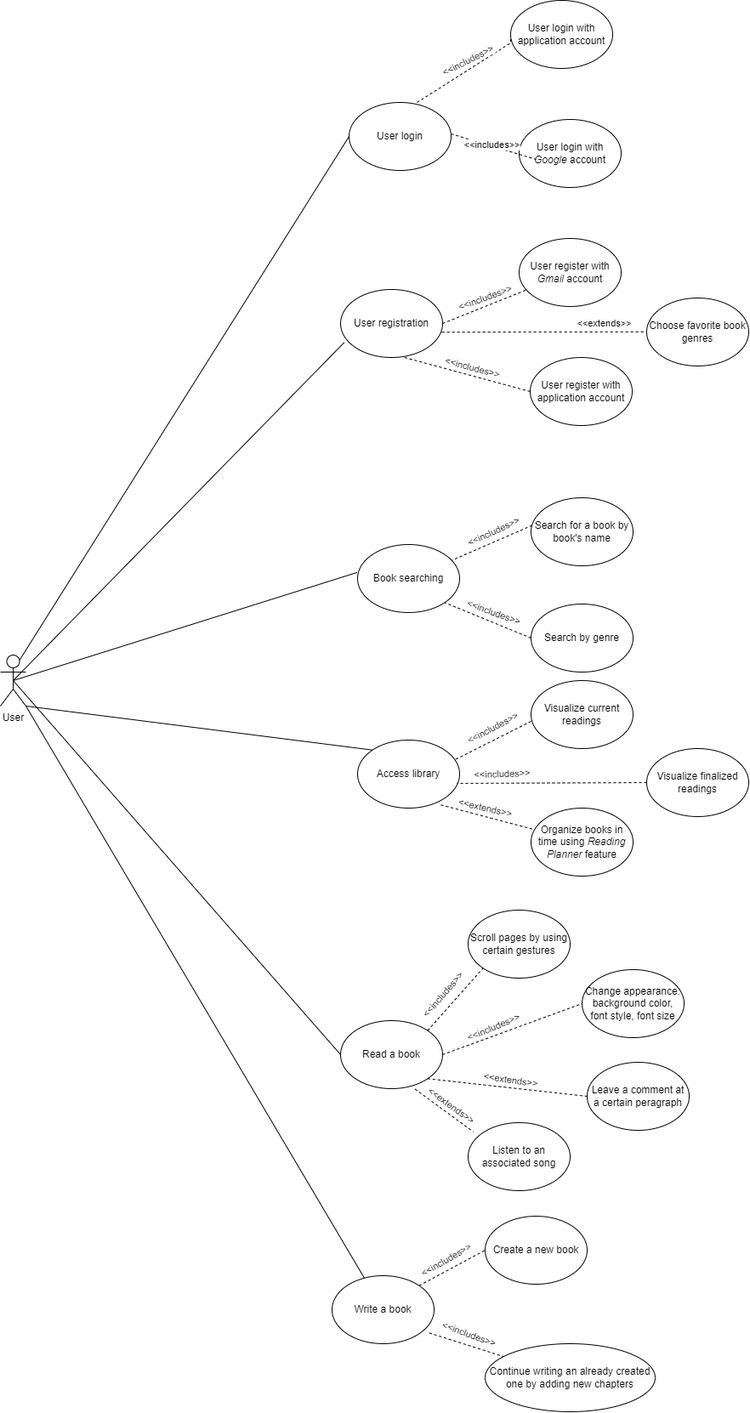
Above: wireframe/licenta_usecase_diagram.drawio (2).png in Bianca517/reading-app (draw.io), before the change. Source tidied: cells renumbered, new cells last; positions are measured from the earlier drawing's top-left corner, leaving out a move shared by most shapes.
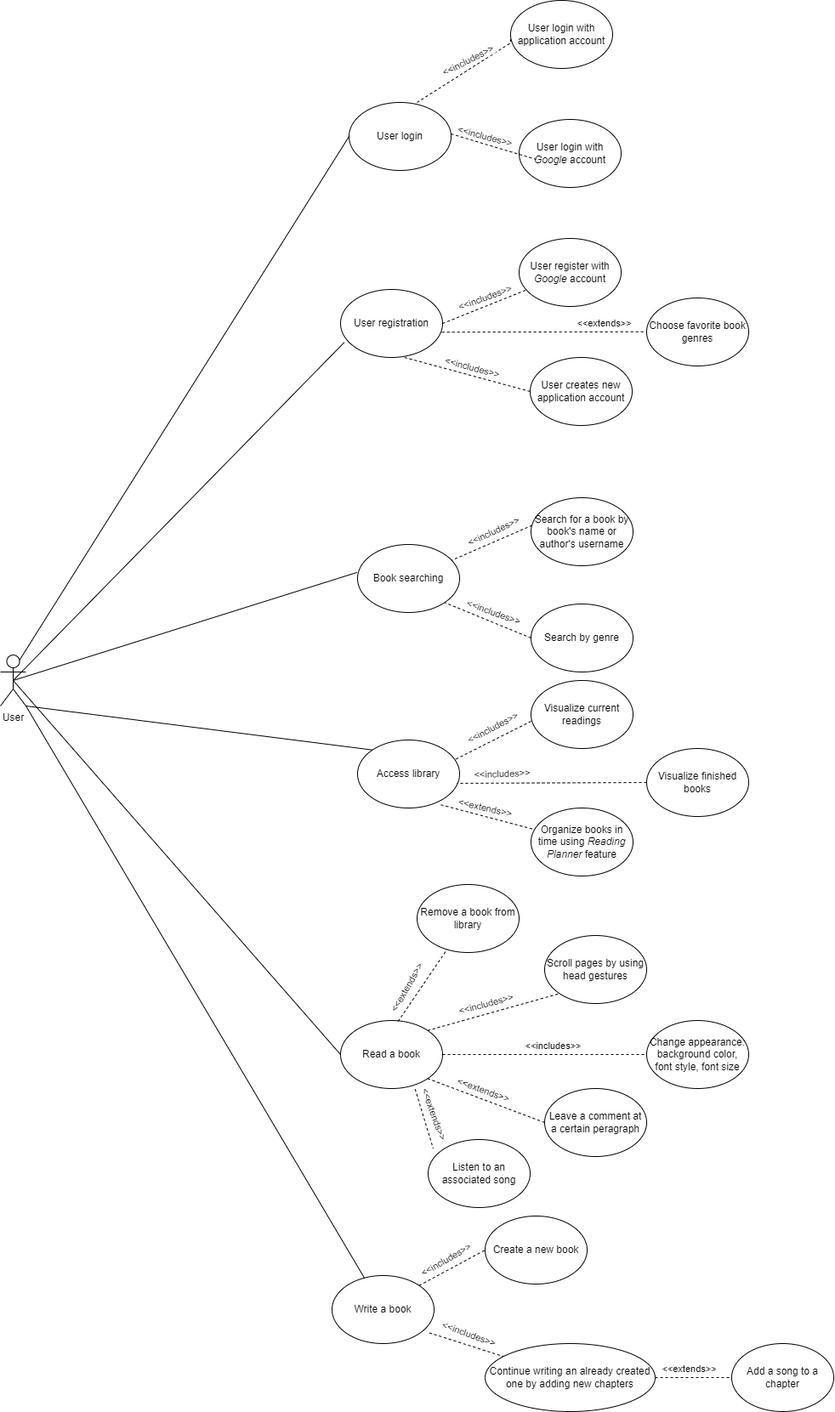
After the commit.

Commit message:
modified use case and class diagram to reflect latest changes

What changed in the source:
```diff
@@ -19,15 +19,15 @@
         <mxPoint x="530" y="157" as="sourcePoint" />
       </mxGeometry>
     </mxCell>
-    <mxCell id="7" value="&amp;lt;&amp;lt;includes&amp;gt;&amp;gt;" style="edgeLabel;html=1;align=center;verticalAlign=middle;rotation=0;" parent="6" vertex="1">
+    <mxCell id="7" value="&amp;lt;&amp;lt;includes&amp;gt;&amp;gt;" style="edgeLabel;html=1;align=center;verticalAlign=middle;rotation=15;" parent="6" vertex="1">
       <mxGeometry x="0.32" y="-1" relative="1" as="geometry">
-        <mxPoint x="-18" y="-8" as="offset" />
+        <mxPoint x="-26" y="-18" as="offset" />
       </mxGeometry>
     </mxCell>
     <mxCell id="8" style="endArrow=none;html=1;rounded=0;exitX=0.75;exitY=0.1;exitDx=0;exitDy=0;exitPerimeter=0;entryX=0;entryY=0.5;entryDx=0;entryDy=0;" parent="1" edge="1" source="2" target="3">
       <mxGeometry relative="1" as="geometry" />
     </mxCell>
-    <mxCell id="9" value="User register&amp;nbsp;with &lt;i&gt;Gmail&lt;/i&gt;&amp;nbsp;account" style="ellipse;whiteSpace=wrap;html=1;" parent="1" vertex="1">
+    <mxCell id="9" value="User register&amp;nbsp;with &lt;i&gt;Google&amp;nbsp;&lt;/i&gt;account" style="ellipse;whiteSpace=wrap;html=1;" parent="1" vertex="1">
       <mxGeometry x="610" y="280" width="120" height="80" as="geometry" />
     </mxCell>
     <mxCell id="10" value="&amp;lt;&amp;lt;includes&amp;gt;&amp;gt;" style="edgeLabel;html=1;align=center;verticalAlign=middle;rotation=-20;" parent="1" vertex="1">
@@ -52,7 +52,7 @@
         <mxPoint x="-19" as="offset" />
       </mxGeometry>
     </mxCell>
-    <mxCell id="15" value="User register&amp;nbsp;with application&amp;nbsp;account" style="ellipse;whiteSpace=wrap;html=1;" parent="1" vertex="1">
+    <mxCell id="15" value="User creates new application&amp;nbsp;account" style="ellipse;whiteSpace=wrap;html=1;" parent="1" vertex="1">
       <mxGeometry x="623" y="420" width="120" height="80" as="geometry" />
     </mxCell>
     <mxCell id="16" style="endArrow=none;dashed=1;html=1;rounded=0;exitX=0;exitY=0.5;exitDx=0;exitDy=0;" parent="1" edge="1" source="15">
@@ -68,7 +68,7 @@
     <mxCell id="18" value="Book searching" style="ellipse;whiteSpace=wrap;html=1;" parent="1" vertex="1">
       <mxGeometry x="420" y="640" width="120" height="80" as="geometry" />
     </mxCell>
-    <mxCell id="19" value="Search for a book by book's name" style="ellipse;whiteSpace=wrap;html=1;" parent="1" vertex="1">
+    <mxCell id="19" value="Search for a book by book's name or author's username" style="ellipse;whiteSpace=wrap;html=1;" parent="1" vertex="1">
       <mxGeometry x="624" y="585" width="120" height="80" as="geometry" />
     </mxCell>
     <mxCell id="20" value="Search by genre" style="ellipse;whiteSpace=wrap;html=1;" parent="1" vertex="1">
@@ -80,7 +80,7 @@
     <mxCell id="22" value="Visualize current readings" style="ellipse;whiteSpace=wrap;html=1;" parent="1" vertex="1">
       <mxGeometry x="624" y="800" width="120" height="80" as="geometry" />
     </mxCell>
-    <mxCell id="23" value="Visualize finalized readings" style="ellipse;whiteSpace=wrap;html=1;" parent="1" vertex="1">
+    <mxCell id="23" value="Visualize finished books" style="ellipse;whiteSpace=wrap;html=1;" parent="1" vertex="1">
       <mxGeometry x="760" y="880" width="120" height="80" as="geometry" />
     </mxCell>
     <mxCell id="24" value="&amp;lt;&amp;lt;includes&amp;gt;&amp;gt;" style="edgeLabel;html=1;align=center;verticalAlign=middle;rotation=20;" parent="1" vertex="1">
@@ -121,20 +121,20 @@
     <mxCell id="35" value="Read a book" style="ellipse;whiteSpace=wrap;html=1;" parent="1" vertex="1">
       <mxGeometry x="400" y="1200" width="120" height="80" as="geometry" />
     </mxCell>
-    <mxCell id="36" value="Scroll pages by using certain gestures" style="ellipse;whiteSpace=wrap;html=1;" parent="1" vertex="1">
-      <mxGeometry x="550" y="1070" width="120" height="80" as="geometry" />
+    <mxCell id="36" value="Scroll pages by using head gestures" style="ellipse;whiteSpace=wrap;html=1;" parent="1" vertex="1">
+      <mxGeometry x="640" y="1100" width="120" height="80" as="geometry" />
     </mxCell>
     <mxCell id="37" value="Change appearance: background color, font style, font size" style="ellipse;whiteSpace=wrap;html=1;" parent="1" vertex="1">
-      <mxGeometry x="684" y="1140" width="120" height="80" as="geometry" />
+      <mxGeometry x="760" y="1200" width="120" height="80" as="geometry" />
     </mxCell>
     <mxCell id="38" value="Choose favorite book genres" style="ellipse;whiteSpace=wrap;html=1;" parent="1" vertex="1">
       <mxGeometry x="760" y="350" width="120" height="80" as="geometry" />
     </mxCell>
     <mxCell id="39" value="Listen to an associated song" style="ellipse;whiteSpace=wrap;html=1;" parent="1" vertex="1">
-      <mxGeometry x="550" y="1320" width="120" height="80" as="geometry" />
+      <mxGeometry x="503" y="1340" width="120" height="80" as="geometry" />
     </mxCell>
     <mxCell id="40" value="Leave a comment at a certain peragraph" style="ellipse;whiteSpace=wrap;html=1;" parent="1" vertex="1">
-      <mxGeometry x="690" y="1249" width="120" height="80" as="geometry" />
+      <mxGeometry x="640" y="1280" width="120" height="80" as="geometry" />
     </mxCell>
     <mxCell id="41" value="Write a book" style="ellipse;whiteSpace=wrap;html=1;" parent="1" vertex="1">
       <mxGeometry x="390" y="1500" width="120" height="80" as="geometry" />
@@ -157,9 +157,9 @@
     <mxCell id="47" style="endArrow=none;dashed=1;html=1;rounded=0;exitX=0.731;exitY=1.008;exitDx=0;exitDy=0;exitPerimeter=0;entryX=0.05;entryY=0.133;entryDx=0;entryDy=0;entryPerimeter=0;" parent="1" edge="1" source="35" target="39">
       <mxGeometry relative="1" as="geometry" />
     </mxCell>
-    <mxCell id="48" value="&amp;lt;&amp;lt;includes&amp;gt;&amp;gt;" style="edgeLabel;html=1;align=center;verticalAlign=middle;rotation=311;" parent="47" vertex="1">
+    <mxCell id="48" value="&amp;lt;&amp;lt;includes&amp;gt;&amp;gt;" style="edgeLabel;html=1;align=center;verticalAlign=middle;rotation=-15;" parent="47" vertex="1">
       <mxGeometry x="0.21" y="2" relative="1" as="geometry">
-        <mxPoint x="-10" y="-139" as="offset" />
+        <mxPoint x="68" y="-142" as="offset" />
       </mxGeometry>
     </mxCell>
     <mxCell id="49" style="endArrow=none;dashed=1;html=1;rounded=0;exitX=1;exitY=0;exitDx=0;exitDy=0;entryX=0;entryY=0.5;entryDx=0;entryDy=0;" parent="1" edge="1" source="41" target="42">
@@ -188,14 +188,16 @@
         <mxPoint x="2.4" y="3.2" as="offset" />
       </mxGeometry>
     </mxCell>
-    <mxCell id="57" value="&amp;lt;&amp;lt;includes&amp;gt;&amp;gt;" style="edgeLabel;html=1;align=center;verticalAlign=middle;rotation=337;" parent="1" vertex="1">
-      <mxGeometry x="580" y="1208" as="geometry" />
+    <mxCell id="57" value="&amp;lt;&amp;lt;includes&amp;gt;&amp;gt;" style="edgeLabel;html=1;align=center;verticalAlign=middle;rotation=0;" parent="1" vertex="1">
+      <mxGeometry x="650" y="1230" as="geometry" />
     </mxCell>
-    <mxCell id="58" value="&amp;lt;&amp;lt;extends&amp;gt;&amp;gt;" style="edgeLabel;html=1;align=center;verticalAlign=middle;rotation=8;" parent="1" vertex="1">
-      <mxGeometry x="600.1" y="1270" as="geometry" />
+    <mxCell id="58" value="&amp;lt;&amp;lt;extends&amp;gt;&amp;gt;" style="edgeLabel;html=1;align=center;verticalAlign=middle;rotation=20;" parent="1" vertex="1">
+      <mxGeometry x="590.1" y="1280" as="geometry">
+        <mxPoint x="-20" y="8.9" as="offset" />
+      </mxGeometry>
     </mxCell>
-    <mxCell id="59" value="&amp;lt;&amp;lt;extends&amp;gt;&amp;gt;" style="edgeLabel;html=1;align=center;verticalAlign=middle;rotation=36;" parent="1" vertex="1">
-      <mxGeometry x="530.1" y="1300" as="geometry" />
+    <mxCell id="59" value="&amp;lt;&amp;lt;extends&amp;gt;&amp;gt;" style="edgeLabel;html=1;align=center;verticalAlign=middle;rotation=70;" parent="1" vertex="1">
+      <mxGeometry x="510" y="1310" as="geometry" />
     </mxCell>
     <mxCell id="60" value="&amp;lt;&amp;lt;includes&amp;gt;&amp;gt;" style="edgeLabel;html=1;align=center;verticalAlign=middle;rotation=20;" parent="1" vertex="1">
       <mxGeometry x="550" y="1565" as="geometry">
@@ -208,5 +210,25 @@
     <mxCell id="62" style="endArrow=none;dashed=1;html=1;rounded=0;exitX=0.993;exitY=0.628;exitDx=0;exitDy=0;entryX=-0.03;entryY=0.498;entryDx=0;entryDy=0;entryPerimeter=0;exitPerimeter=0;" parent="1" edge="1" source="4" target="38">
       <mxGeometry relative="1" as="geometry" />
     </mxCell>
+    <mxCell id="63" value="Remove a book from library" style="ellipse;whiteSpace=wrap;html=1;" parent="1" vertex="1">
+      <mxGeometry x="490" y="1040" width="120" height="80" as="geometry" />
+    </mxCell>
+    <mxCell id="64" style="endArrow=none;dashed=1;html=1;rounded=0;exitX=0.564;exitY=0.013;exitDx=0;exitDy=0;exitPerimeter=0;" parent="1" edge="1" source="35" target="63">
+      <mxGeometry relative="1" as="geometry" />
+    </mxCell>
+    <mxCell id="65" value="&amp;lt;&amp;lt;extends&amp;gt;&amp;gt;" style="edgeLabel;html=1;align=center;verticalAlign=middle;rotation=-60;" parent="1" vertex="1">
+      <mxGeometry x="480" y="1140" as="geometry">
+        <mxPoint x="-20" y="8.9" as="offset" />
+      </mxGeometry>
+    </mxCell>
+    <mxCell id="66" value="Add a song to a chapter" style="ellipse;whiteSpace=wrap;html=1;" parent="1" vertex="1">
+      <mxGeometry x="860" y="1580" width="120" height="80" as="geometry" />
+    </mxCell>
+    <mxCell id="67" style="endArrow=none;dashed=1;html=1;rounded=0;exitX=1;exitY=0.5;exitDx=0;exitDy=0;entryX=0;entryY=0.5;entryDx=0;entryDy=0;" parent="1" edge="1" source="43" target="66">
+      <mxGeometry relative="1" as="geometry" />
+    </mxCell>
+    <mxCell id="68" value="&amp;lt;&amp;lt;extends&amp;gt;&amp;gt;" style="edgeLabel;html=1;align=center;verticalAlign=middle;rotation=0;" parent="1" vertex="1">
+      <mxGeometry x="810" y="1610" as="geometry" />
+    </mxCell>
   </root>
 </mxGraphModel>
```
